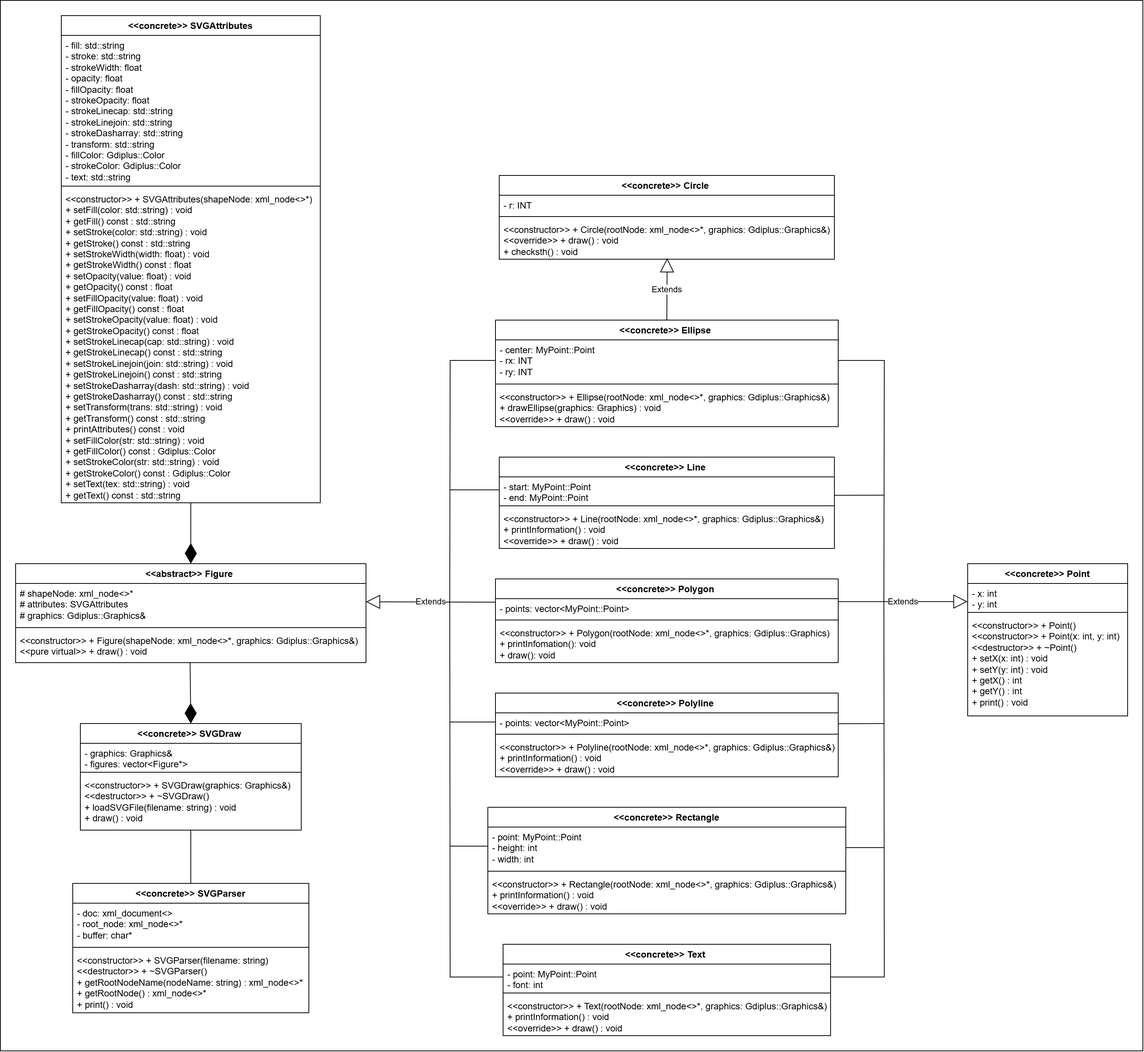
Above: ClassDiagram.png in lazymingg/SVGReader (draw.io), before the change. Source tidied: cells renumbered, new cells last; positions are measured from the earlier drawing's top-left corner, leaving out a move shared by most shapes.
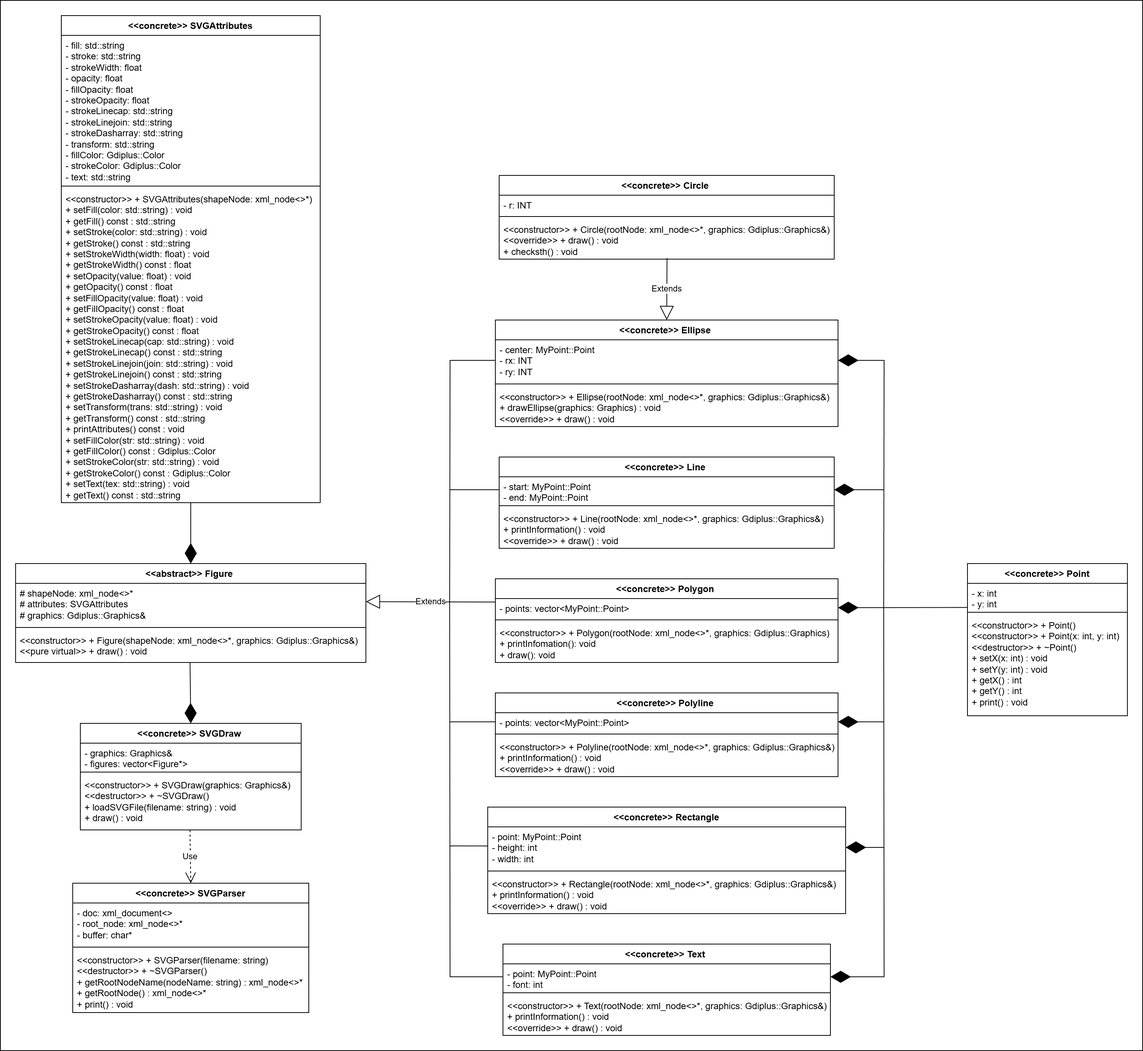
The same diagram one commit later.

Commit message:
fixed: class diagram

Change to the diagram source:
```diff
@@ -2,9 +2,9 @@
   <root>
     <mxCell id="0" />
     <mxCell id="1" parent="0" />
-    <mxCell id="2" style="rounded=0;whiteSpace=wrap;html=1;" parent="1" vertex="1">
-      <mxGeometry width="1500" height="1380" as="geometry" />
-    </mxCell>
+    <mxCell id="67" style="rounded=0;whiteSpace=wrap;html=1;" parent="1" vertex="1">
+      <mxGeometry width="1500" height="1380" as="geometry" />
+    </mxCell>
     <mxCell id="3" value="                     &amp;lt;&amp;lt;concrete&amp;gt;&amp;gt;       Point" style="swimlane;fontStyle=1;align=center;verticalAlign=top;horizontal=1;startSize=26;whiteSpace=wrap;html=1;" parent="1" vertex="1">
       <mxGeometry x="1270" y="740" width="210" height="200" as="geometry" />
     </mxCell>
@@ -125,9 +125,6 @@
     <mxCell id="42" value="&amp;lt;&lt;span class=&quot;xml&quot;&gt;&amp;lt;&lt;span class=&quot;hljs-name&quot;&gt;constructor&lt;/span&gt;&amp;gt;&lt;/span&gt;&amp;gt; + Circle(rootNode: xml&lt;span class=&quot;hljs-emphasis&quot;&gt;_node&amp;lt;&amp;gt;*, graphics: Gdiplus::Graphics&amp;amp;)&lt;br/&gt;&amp;lt;&lt;span class=&quot;xml&quot;&gt;&lt;span class=&quot;hljs-tag&quot;&gt;&amp;lt;&lt;span class=&quot;hljs-name&quot;&gt;override&lt;/span&gt;&amp;gt;&lt;/span&gt;&lt;/span&gt;&amp;gt; + draw() : void&lt;br/&gt;+ checksth() : void&lt;/span&gt;" style="text;strokeColor=none;fillColor=none;align=left;verticalAlign=top;spacingLeft=4;spacingRight=4;overflow=hidden;points=[[0,0.5],[1,0.5]];portConstraint=eastwest;whiteSpace=wrap;html=1;" parent="39" vertex="1">
       <mxGeometry y="58" width="440" height="52" as="geometry" />
     </mxCell>
-    <mxCell id="43" value="Extends" style="endArrow=block;endSize=16;endFill=0;html=1;rounded=0;exitX=0.5;exitY=0;exitDx=0;exitDy=0;entryX=0.501;entryY=0.975;entryDx=0;entryDy=0;entryPerimeter=0;" parent="1" edge="1" source="35" target="42">
-      <mxGeometry relative="1" as="geometry" />
-    </mxCell>
     <mxCell id="44" value="Extends" style="endArrow=block;endSize=16;endFill=0;html=1;rounded=0;entryX=1;entryY=0.446;entryDx=0;entryDy=0;exitX=0;exitY=0.191;exitDx=0;exitDy=0;exitPerimeter=0;entryPerimeter=0;" parent="1" edge="1" source="20" target="63">
       <mxGeometry relative="1" as="geometry" />
     </mxCell>
@@ -156,43 +153,9 @@
         <mxPoint x="590" y="1111" as="sourcePoint" />
       </mxGeometry>
     </mxCell>
-    <mxCell id="50" value="Extends" style="endArrow=block;endSize=16;endFill=0;html=1;rounded=0;exitX=1;exitY=0.159;exitDx=0;exitDy=0;entryX=-0.001;entryY=0.7;entryDx=0;entryDy=0;entryPerimeter=0;exitPerimeter=0;" parent="1" edge="1" source="20" target="4">
-      <mxGeometry relative="1" as="geometry" />
-    </mxCell>
-    <mxCell id="51" style="endArrow=none;html=1;rounded=0;entryX=1;entryY=0.5;entryDx=0;entryDy=0;edgeStyle=orthogonalEdgeStyle;" parent="1" edge="1" target="36">
-      <mxGeometry relative="1" as="geometry">
-        <mxPoint x="1160" y="790" as="sourcePoint" />
-      </mxGeometry>
-    </mxCell>
-    <mxCell id="52" style="endArrow=none;html=1;rounded=0;entryX=0.999;entryY=0.711;entryDx=0;entryDy=0;entryPerimeter=0;" parent="1" edge="1" target="24">
-      <mxGeometry relative="1" as="geometry">
-        <mxPoint x="1160" y="650" as="sourcePoint" />
-      </mxGeometry>
-    </mxCell>
-    <mxCell id="53" style="endArrow=none;html=1;rounded=0;entryX=1;entryY=0.5;entryDx=0;entryDy=0;edgeStyle=orthogonalEdgeStyle;" parent="1" edge="1" target="12">
-      <mxGeometry relative="1" as="geometry">
-        <mxPoint x="1160" y="790" as="sourcePoint" />
-      </mxGeometry>
-    </mxCell>
-    <mxCell id="54" style="endArrow=none;html=1;rounded=0;entryX=1.001;entryY=0.593;entryDx=0;entryDy=0;entryPerimeter=0;" parent="1" edge="1" target="32">
-      <mxGeometry relative="1" as="geometry">
-        <mxPoint x="1160" y="950" as="sourcePoint" />
-      </mxGeometry>
-    </mxCell>
-    <mxCell id="55" style="endArrow=none;html=1;rounded=0;entryX=1;entryY=0.5;entryDx=0;entryDy=0;" parent="1" edge="1" target="28">
-      <mxGeometry relative="1" as="geometry">
-        <mxPoint x="1160" y="1113" as="sourcePoint" />
-      </mxGeometry>
-    </mxCell>
     <mxCell id="56" style="endArrow=diamondThin;endFill=1;endSize=24;html=1;rounded=0;entryX=0.5;entryY=0;entryDx=0;entryDy=0;exitX=0.498;exitY=0.996;exitDx=0;exitDy=0;exitPerimeter=0;" parent="1" edge="1" source="65" target="15">
       <mxGeometry relative="1" as="geometry" />
     </mxCell>
-    <mxCell id="57" style="endArrow=none;html=1;rounded=0;" parent="1" edge="1">
-      <mxGeometry relative="1" as="geometry">
-        <mxPoint x="250" y="1160" as="sourcePoint" />
-        <mxPoint x="250" y="1090" as="targetPoint" />
-      </mxGeometry>
-    </mxCell>
     <mxCell id="58" value="&amp;lt;&amp;lt;concrete&amp;gt;&amp;gt;          SVGAttributes&lt;div&gt;&lt;br/&gt;&lt;/div&gt;" style="swimlane;fontStyle=1;align=center;verticalAlign=top;horizontal=1;startSize=26;whiteSpace=wrap;html=1;" parent="1" vertex="1">
       <mxGeometry x="80" y="20" width="340" height="640" as="geometry" />
     </mxCell>
@@ -220,5 +183,41 @@
     <mxCell id="66" style="endArrow=diamondThin;endFill=1;endSize=24;html=1;rounded=0;entryX=0.5;entryY=0;entryDx=0;entryDy=0;exitX=0.5;exitY=0.999;exitDx=0;exitDy=0;exitPerimeter=0;" parent="1" edge="1" source="61" target="62">
       <mxGeometry relative="1" as="geometry" />
     </mxCell>
+    <mxCell id="68" style="endArrow=diamondThin;endFill=1;endSize=24;html=1;rounded=0;entryX=1;entryY=0.5;entryDx=0;entryDy=0;exitX=-0.002;exitY=0.932;exitDx=0;exitDy=0;exitPerimeter=0;" parent="1" edge="1" source="4" target="20">
+      <mxGeometry relative="1" as="geometry" />
+    </mxCell>
+    <mxCell id="69" style="endArrow=diamondThin;endFill=1;endSize=24;html=1;rounded=0;entryX=1;entryY=0.5;entryDx=0;entryDy=0;" parent="1" edge="1" target="24">
+      <mxGeometry relative="1" as="geometry">
+        <mxPoint x="1160" y="643" as="sourcePoint" />
+      </mxGeometry>
+    </mxCell>
+    <mxCell id="70" style="endArrow=diamondThin;endFill=1;endSize=24;html=1;rounded=0;entryX=1;entryY=0.5;entryDx=0;entryDy=0;edgeStyle=orthogonalEdgeStyle;" parent="1" edge="1" target="12">
+      <mxGeometry relative="1" as="geometry">
+        <mxPoint x="1160" y="800" as="sourcePoint" />
+      </mxGeometry>
+    </mxCell>
+    <mxCell id="71" style="endArrow=diamondThin;endFill=1;endSize=24;html=1;rounded=0;entryX=1;entryY=0.5;entryDx=0;entryDy=0;" parent="1" edge="1" target="32">
+      <mxGeometry relative="1" as="geometry">
+        <mxPoint x="1160" y="948" as="sourcePoint" />
+      </mxGeometry>
+    </mxCell>
+    <mxCell id="72" style="endArrow=diamondThin;endFill=1;endSize=24;html=1;rounded=0;entryX=1;entryY=0.5;entryDx=0;entryDy=0;" parent="1" edge="1" target="28">
+      <mxGeometry relative="1" as="geometry">
+        <mxPoint x="1160" y="1113" as="sourcePoint" />
+      </mxGeometry>
+    </mxCell>
+    <mxCell id="73" style="endArrow=diamondThin;endFill=1;endSize=24;html=1;rounded=0;entryX=1;entryY=0.5;entryDx=0;entryDy=0;edgeStyle=orthogonalEdgeStyle;" parent="1" edge="1" target="36">
+      <mxGeometry relative="1" as="geometry">
+        <mxPoint x="1160" y="800" as="sourcePoint" />
+      </mxGeometry>
+    </mxCell>
+    <mxCell id="43" value="Extends" style="endArrow=block;endSize=16;endFill=0;html=1;rounded=0;exitX=0.501;exitY=0.975;exitDx=0;exitDy=0;entryX=0.5;entryY=0;entryDx=0;entryDy=0;exitPerimeter=0;" parent="1" edge="1" source="42" target="35">
+      <mxGeometry relative="1" as="geometry" />
+    </mxCell>
+    <mxCell id="74" value="Use" style="endArrow=open;endSize=12;dashed=1;html=1;rounded=0;entryX=0.5;entryY=0;entryDx=0;entryDy=0;" parent="1" edge="1" target="7">
+      <mxGeometry relative="1" as="geometry">
+        <mxPoint x="249" y="1090" as="sourcePoint" />
+      </mxGeometry>
+    </mxCell>
   </root>
 </mxGraphModel>
```
